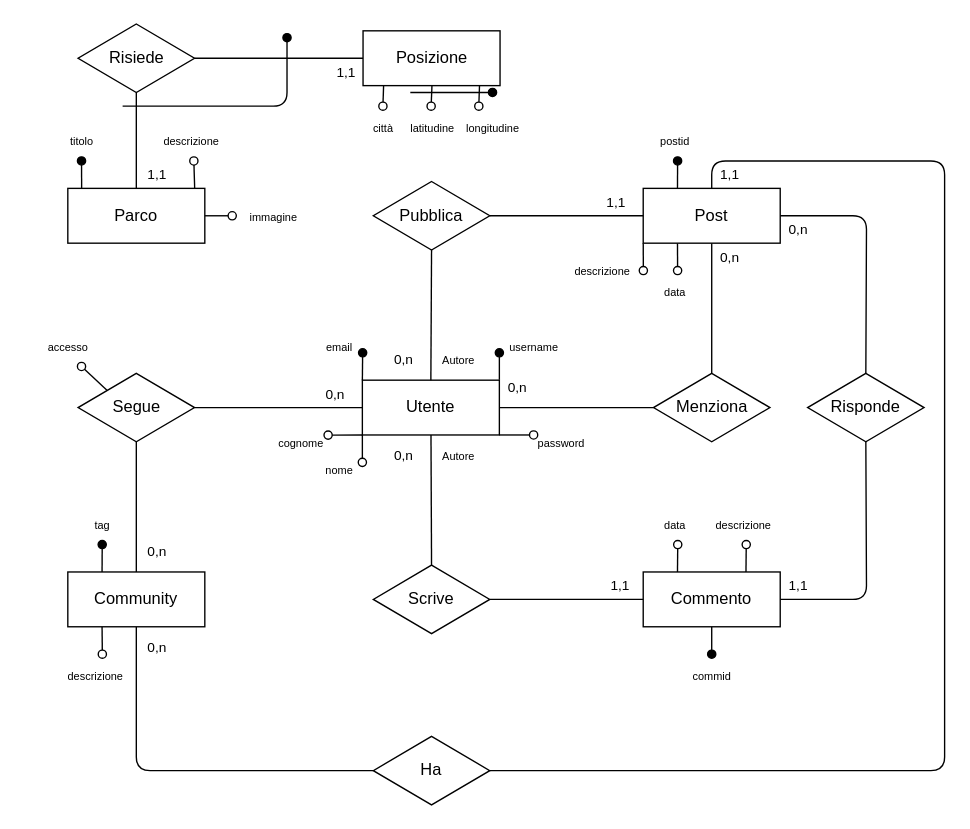
Before: docs/db/diagrams/er.drawio in FlavioVentu/calige, a draw.io diagram. Source tidied: cells renumbered, new cells numbered last; positions are measured from the earlier drawing's top-left corner, leaving out a move shared by most shapes. Both pictures are drawn from the tidied source at 137%, with x=0, y=0 at pixel (33, 23).
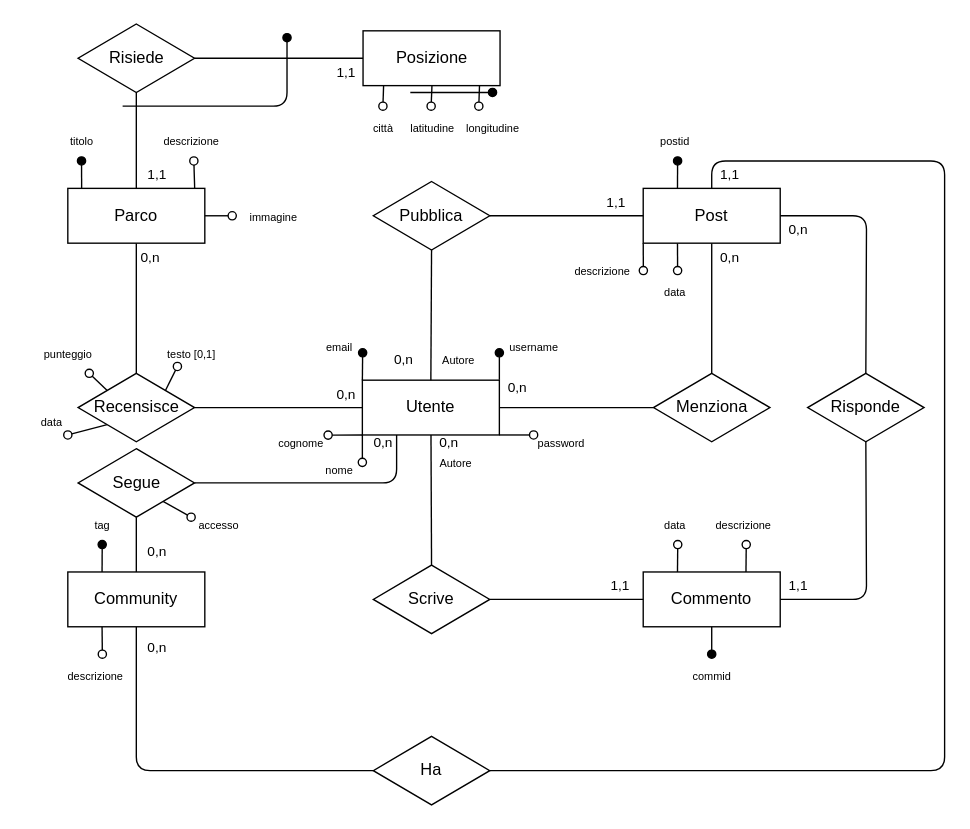
Above is the later version.

Unchanged cells that the change refers to:
```xml
<mxCell id="9" value="Utente" style="whiteSpace=wrap;html=1;align=center;" parent="1" vertex="1">
  <mxGeometry x="240" y="260" width="100" height="40" as="geometry" />
</mxCell>
<mxCell id="12" value="Parco" style="whiteSpace=wrap;html=1;align=center;" parent="1" vertex="1">
  <mxGeometry x="25" y="120" width="100" height="40" as="geometry" />
</mxCell>
```

The edit, as a diff of the source:
```diff
@@
-    <mxCell id="2" style="edgeStyle=none;html=1;entryX=1;entryY=0.5;entryDx=0;entryDy=0;endArrow=none;endFill=0;" parent="1" edge="1" source="9" target="34">
-      <mxGeometry relative="1" as="geometry" />
+    <mxCell id="2" style="edgeStyle=none;html=1;entryX=1;entryY=0.5;entryDx=0;entryDy=0;endArrow=none;endFill=0;exitX=0.25;exitY=1;exitDx=0;exitDy=0;" parent="1" edge="1" source="9" target="34">
+      <mxGeometry relative="1" as="geometry">
+        <Array as="points">
+          <mxPoint x="265" y="335" />
+        </Array>
+      </mxGeometry>
     </mxCell>
@@
+    <mxCell id="87" style="edgeStyle=none;html=1;exitX=0;exitY=0.5;exitDx=0;exitDy=0;entryX=1;entryY=0.5;entryDx=0;entryDy=0;endArrow=none;endFill=0;" parent="1" edge="1" source="9" target="91">
+      <mxGeometry relative="1" as="geometry" />
+    </mxCell>
@@
+    <mxCell id="88" style="edgeStyle=none;html=1;exitX=0.5;exitY=1;exitDx=0;exitDy=0;entryX=0.5;entryY=0;entryDx=0;entryDy=0;endArrow=none;endFill=0;" parent="1" edge="1" source="12" target="91">
+      <mxGeometry relative="1" as="geometry" />
+    </mxCell>
@@
-    <mxCell id="33" style="edgeStyle=none;html=1;exitX=0;exitY=0;exitDx=0;exitDy=0;endArrow=oval;endFill=0;" parent="1" edge="1" source="34">
+    <mxCell id="33" style="edgeStyle=none;html=1;exitX=0.718;exitY=0.757;exitDx=0;exitDy=0;endArrow=oval;endFill=0;exitPerimeter=0;" parent="1" edge="1" source="34">
       <mxGeometry relative="1" as="geometry">
-        <mxPoint x="35" y="250" as="targetPoint" />
+        <mxPoint x="115" y="360" as="targetPoint" />
       </mxGeometry>
     </mxCell>
     <mxCell id="34" value="Segue" style="shape=rhombus;perimeter=rhombusPerimeter;whiteSpace=wrap;html=1;align=center;" parent="1" vertex="1">
-      <mxGeometry x="32.5" y="255" width="85" height="50" as="geometry" />
+      <mxGeometry x="32.5" y="310" width="85" height="50" as="geometry" />
     </mxCell>
@@
     <mxCell id="55" value="&lt;font style=&quot;font-size: 8px;&quot;&gt;accesso&lt;/font&gt;" style="text;html=1;align=center;verticalAlign=middle;strokeColor=none;fillColor=none;" parent="1" vertex="1">
-      <mxGeometry y="220" width="50" height="30" as="geometry" />
+      <mxGeometry x="110" y="350" width="50" height="30" as="geometry" />
     </mxCell>
@@
     <mxCell id="62" value="&lt;span style=&quot;font-size: 8px;&quot;&gt;Autore&lt;/span&gt;" style="text;html=1;align=center;verticalAlign=middle;strokeColor=none;fillColor=none;" parent="1" vertex="1">
-      <mxGeometry x="285" y="300" width="50" height="30" as="geometry" />
+      <mxGeometry x="283" y="305" width="50" height="30" as="geometry" />
     </mxCell>
@@
     <mxCell id="67" value="&lt;font style=&quot;font-size: 10px;&quot;&gt;0,n&lt;/font&gt;" style="text;html=1;align=center;verticalAlign=middle;strokeColor=none;fillColor=none;" parent="1" vertex="1">
-      <mxGeometry x="250" y="300" width="40" height="30" as="geometry" />
+      <mxGeometry x="283" y="290" width="40" height="30" as="geometry" />
     </mxCell>
@@
     <mxCell id="75" value="&lt;font style=&quot;font-size: 10px;&quot;&gt;0,n&lt;/font&gt;" style="text;html=1;align=center;verticalAlign=middle;strokeColor=none;fillColor=none;" parent="1" vertex="1">
-      <mxGeometry x="200" y="255" width="40" height="30" as="geometry" />
+      <mxGeometry x="235" y="290" width="40" height="30" as="geometry" />
     </mxCell>
@@
+    <mxCell id="89" style="edgeStyle=none;html=1;exitX=0;exitY=1;exitDx=0;exitDy=0;endArrow=oval;endFill=0;" parent="1" edge="1" source="91">
+      <mxGeometry relative="1" as="geometry">
+        <mxPoint x="25" y="300" as="targetPoint" />
+      </mxGeometry>
+    </mxCell>
+    <mxCell id="90" style="edgeStyle=none;html=1;exitX=1;exitY=0;exitDx=0;exitDy=0;endArrow=oval;endFill=0;" parent="1" edge="1" source="91">
+      <mxGeometry relative="1" as="geometry">
+        <mxPoint x="105" y="250" as="targetPoint" />
+      </mxGeometry>
+    </mxCell>
+    <mxCell id="91" value="Recensisce" style="shape=rhombus;perimeter=rhombusPerimeter;whiteSpace=wrap;html=1;align=center;" parent="1" vertex="1">
+      <mxGeometry x="32.5" y="255" width="85" height="50" as="geometry" />
+    </mxCell>
+    <mxCell id="92" value="&lt;font style=&quot;font-size: 8px;&quot;&gt;data&lt;/font&gt;" style="text;html=1;align=center;verticalAlign=middle;strokeColor=none;fillColor=none;" parent="1" vertex="1">
+      <mxGeometry x="-7.5" y="275" width="40" height="30" as="geometry" />
+    </mxCell>
+    <mxCell id="93" value="&lt;font style=&quot;font-size: 8px;&quot;&gt;testo [0,1]&lt;/font&gt;" style="text;html=1;align=center;verticalAlign=middle;strokeColor=none;fillColor=none;" parent="1" vertex="1">
+      <mxGeometry x="85" y="225" width="60" height="30" as="geometry" />
+    </mxCell>
+    <mxCell id="94" value="&lt;font style=&quot;font-size: 8px;&quot;&gt;punteggio&lt;/font&gt;" style="text;html=1;align=center;verticalAlign=middle;points=[];strokeColor=none;fillColor=none;" parent="1" vertex="1">
+      <mxGeometry x="-5" y="225" width="60" height="30" as="geometry" />
+    </mxCell>
+    <mxCell id="95" style="edgeStyle=none;html=1;exitX=0;exitY=0;exitDx=0;exitDy=0;endArrow=oval;endFill=0;" parent="1" edge="1" source="91" target="94">
+      <mxGeometry relative="1" as="geometry" />
+    </mxCell>
+    <mxCell id="96" value="&lt;font style=&quot;font-size: 10px;&quot;&gt;0,n&lt;/font&gt;" style="text;html=1;align=center;verticalAlign=middle;strokeColor=none;fillColor=none;" parent="1" vertex="1">
+      <mxGeometry x="208" y="255" width="40" height="30" as="geometry" />
+    </mxCell>
+    <mxCell id="97" value="&lt;font style=&quot;font-size: 10px;&quot;&gt;0,n&lt;/font&gt;" style="text;html=1;align=center;verticalAlign=middle;strokeColor=none;fillColor=none;" parent="1" vertex="1">
+      <mxGeometry x="65" y="155" width="40" height="30" as="geometry" />
+    </mxCell>
```
